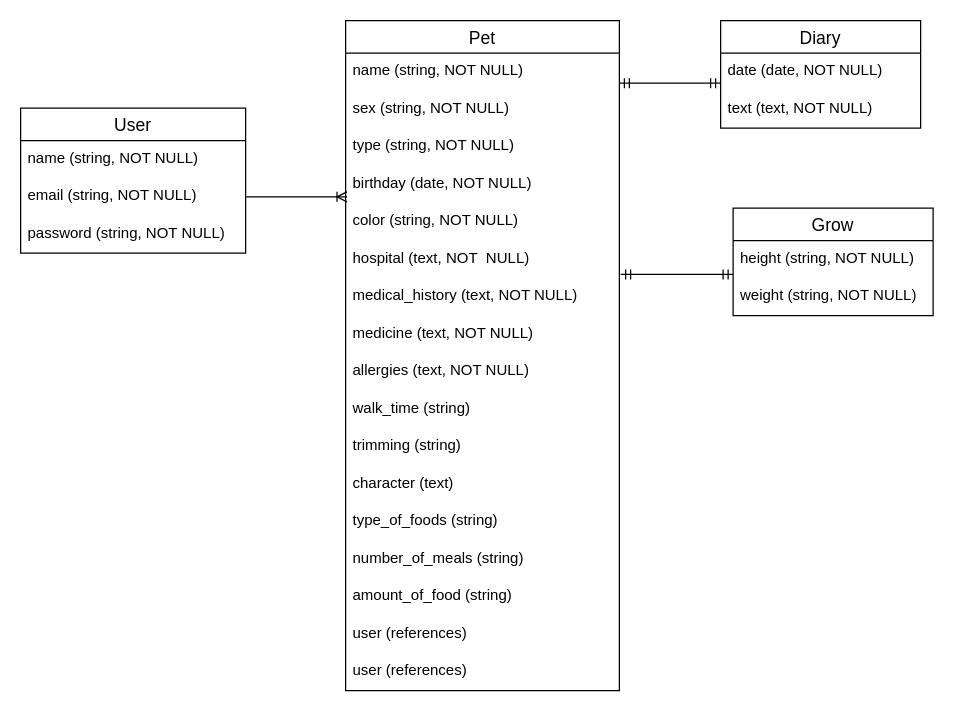
This is pet.dio from miyazakisayaka7/petspace, a draw.io file, before an edit. Source tidied: cells renumbered, new cells numbered last; positions are measured from the earlier drawing's top-left corner, leaving out a move shared by most shapes. Both pictures are drawn from the tidied source at 125%, with x=0, y=0 at pixel (20, 20).
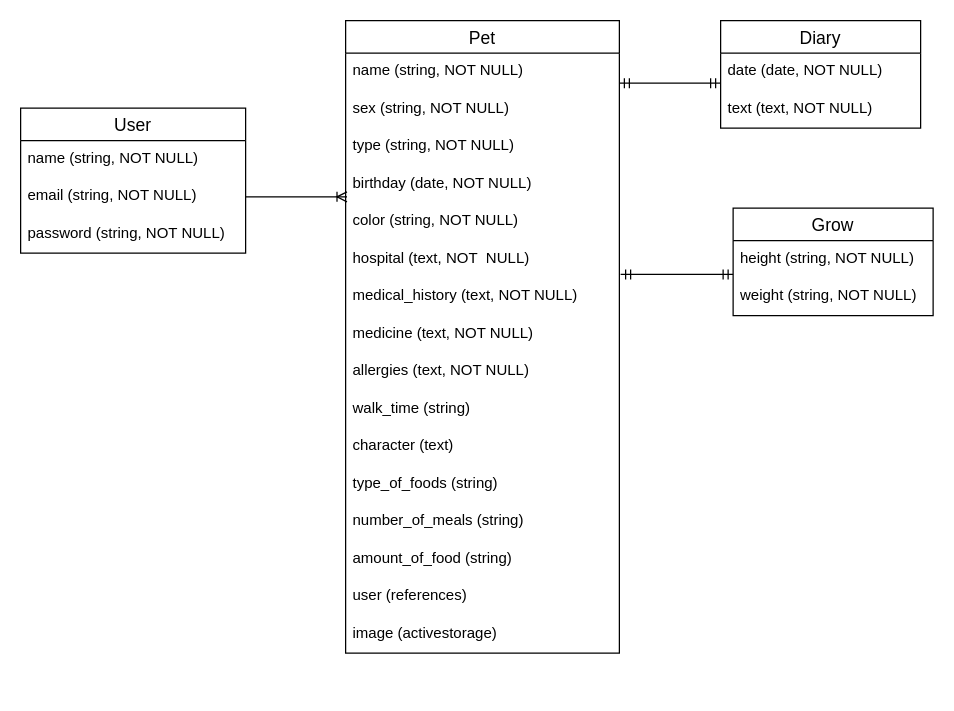
After the change.

The edit, as a diff of the source:
```diff
@@
     <mxCell id="13" value="Pet" style="swimlane;fontStyle=0;horizontal=1;startSize=26;align=center;fontSize=14;" parent="1" vertex="1">
-      <mxGeometry x="260" width="219" height="536" as="geometry" />
+      <mxGeometry x="260" width="219" height="506" as="geometry" />
     </mxCell>
@@
-    <mxCell id="24" value="trimming (string)" style="text;strokeColor=none;fillColor=none;spacingLeft=4;spacingRight=4;overflow=hidden;fontSize=12;" parent="13" vertex="1">
-      <mxGeometry y="326" width="219" height="30" as="geometry" />
-    </mxCell>
     <mxCell id="25" value="character (text)" style="text;strokeColor=none;fillColor=none;spacingLeft=4;spacingRight=4;overflow=hidden;fontSize=12;" parent="13" vertex="1">
-      <mxGeometry y="356" width="219" height="30" as="geometry" />
+      <mxGeometry y="326" width="219" height="30" as="geometry" />
     </mxCell>
     <mxCell id="26" value="type_of_foods (string)" style="text;strokeColor=none;fillColor=none;spacingLeft=4;spacingRight=4;overflow=hidden;fontSize=12;" parent="13" vertex="1">
-      <mxGeometry y="386" width="219" height="30" as="geometry" />
+      <mxGeometry y="356" width="219" height="30" as="geometry" />
     </mxCell>
     <mxCell id="27" value="number_of_meals (string)" style="text;strokeColor=none;fillColor=none;spacingLeft=4;spacingRight=4;overflow=hidden;fontSize=12;" parent="13" vertex="1">
-      <mxGeometry y="416" width="219" height="30" as="geometry" />
+      <mxGeometry y="386" width="219" height="30" as="geometry" />
     </mxCell>
     <mxCell id="28" value="amount_of_food (string)" style="text;strokeColor=none;fillColor=none;spacingLeft=4;spacingRight=4;overflow=hidden;fontSize=12;" parent="13" vertex="1">
-      <mxGeometry y="446" width="219" height="30" as="geometry" />
+      <mxGeometry y="416" width="219" height="30" as="geometry" />
     </mxCell>
     <mxCell id="29" value="user (references)" style="text;strokeColor=none;fillColor=none;spacingLeft=4;spacingRight=4;overflow=hidden;fontSize=12;" parent="13" vertex="1">
-      <mxGeometry y="476" width="219" height="30" as="geometry" />
+      <mxGeometry y="446" width="219" height="30" as="geometry" />
     </mxCell>
-    <mxCell id="30" value="user (references)" style="text;strokeColor=none;fillColor=none;spacingLeft=4;spacingRight=4;overflow=hidden;fontSize=12;" parent="13" vertex="1">
-      <mxGeometry y="506" width="219" height="30" as="geometry" />
+    <mxCell id="30" value="image (activestorage)" style="text;strokeColor=none;fillColor=none;spacingLeft=4;spacingRight=4;overflow=hidden;fontSize=12;" parent="13" vertex="1">
+      <mxGeometry y="476" width="219" height="30" as="geometry" />
     </mxCell>
```
